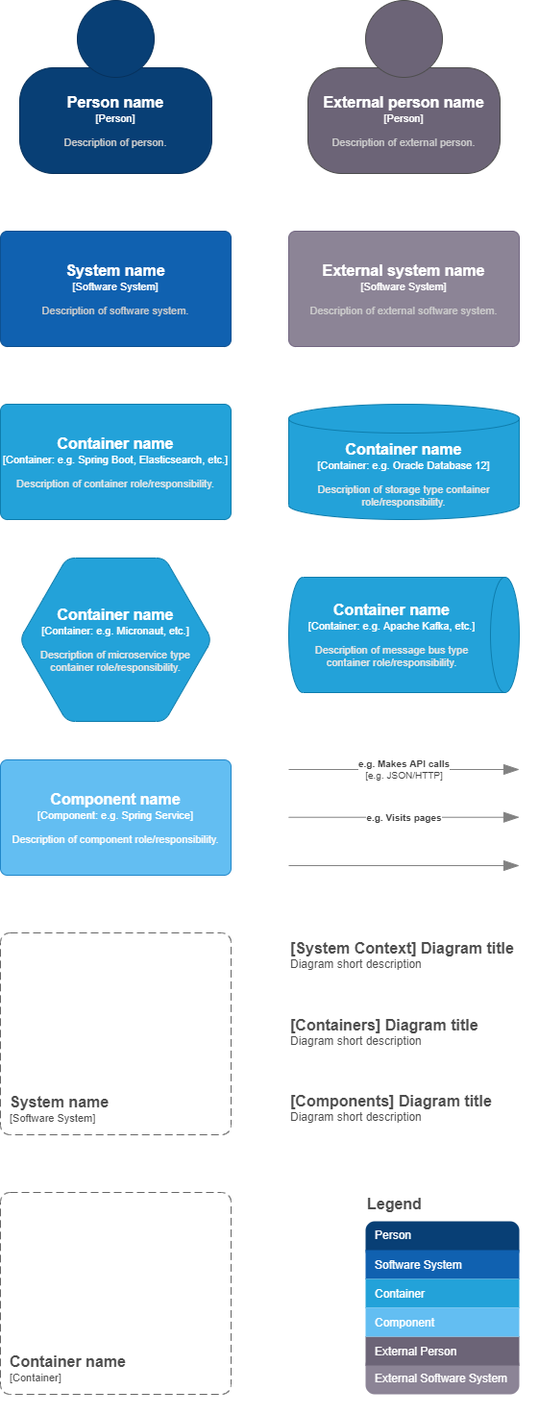
Earlier version of the draw.io export c4-diagrams-net-maciek365.png (maciek365/c4-diagrams.net). Source tidied: cells renumbered, new cells last; positions are measured from the earlier drawing's top-left corner, leaving out a move shared by most shapes.
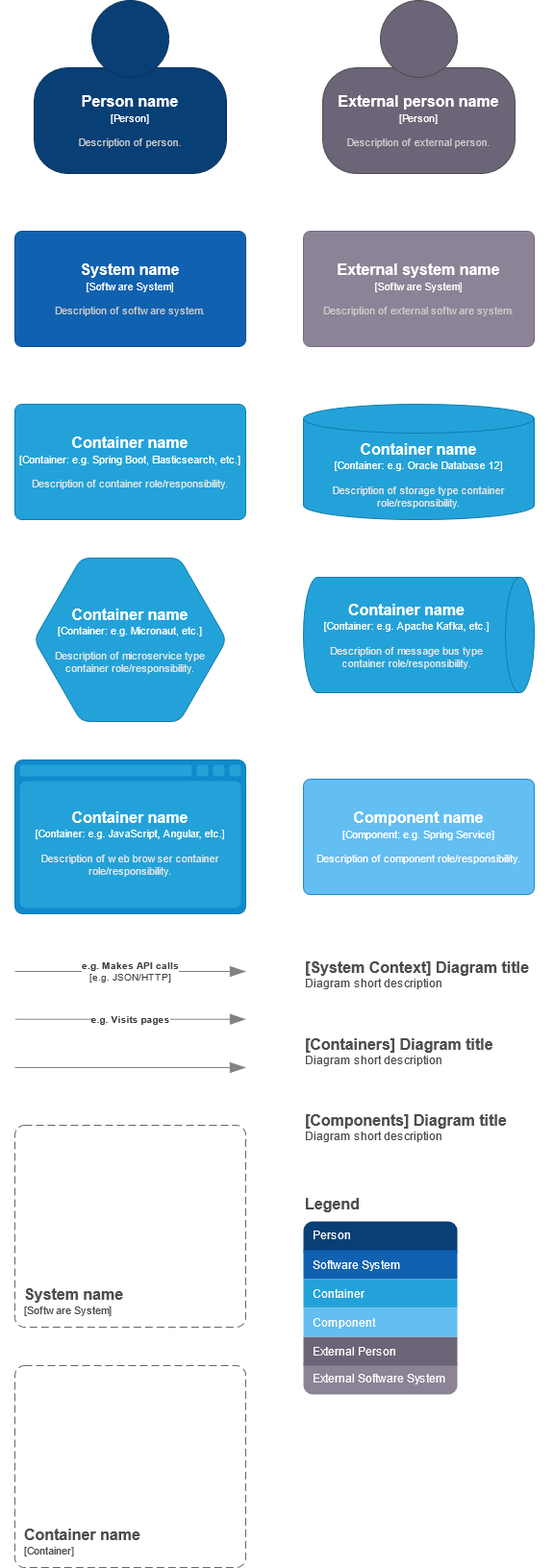
The same file after the commit.

Commit message:
Web browser container added to library

Change to the diagram source:
```diff
@@ -29,54 +29,54 @@
     </object>
     <object id="7" label="&lt;font style=&quot;font-size: 16px&quot;&gt;&lt;b&gt;%A_NAME%&lt;/b&gt;&lt;/font&gt;&lt;br&gt;&lt;div&gt;&lt;div&gt;&lt;font style=&quot;font-size: 11px&quot;&gt;[Component: %B_TECHNOLOGY%]&lt;/font&gt;&lt;/div&gt;&lt;/div&gt;&lt;div style=&quot;font-size: 10px&quot;&gt;&lt;br&gt;&lt;/div&gt;&lt;div style=&quot;font-size: 11px&quot;&gt;&lt;font color=&quot;#FAFAFA&quot;&gt;%C_DESCRIPTION%&lt;/font&gt;&lt;/div&gt;" A_NAME="Component name" B_TECHNOLOGY="e.g. Spring Service" C_DESCRIPTION="Description of component role/responsibility." placeholders="1">
       <mxCell style="rounded=1;whiteSpace=wrap;html=1;fontColor=#ffffff;arcSize=6;movableLabel=0;strokeColor=#2086C9;fillColor=#63BEF2;" parent="1" vertex="1">
-        <mxGeometry y="790" width="240" height="120" as="geometry" />
+        <mxGeometry x="300" y="810" width="240" height="120" as="geometry" />
       </mxCell>
     </object>
     <object id="8" label="&lt;div style=&quot;font-size: 16px&quot; align=&quot;left&quot;&gt;&lt;font style=&quot;font-size: 16px&quot; color=&quot;#4D4D4D&quot;&gt;&lt;b&gt;%A_NAME%&lt;br&gt;&lt;/b&gt;&lt;/font&gt;&lt;/div&gt;&lt;div align=&quot;left&quot;&gt;&lt;font style=&quot;font-size: 11px&quot; color=&quot;#4D4D4D&quot;&gt;[Software System]&lt;/font&gt;&lt;/div&gt;" A_NAME="System name" placeholders="1">
       <mxCell style="rounded=1;whiteSpace=wrap;html=1;dashed=1;arcSize=20;fillColor=none;strokeColor=#666666;fontColor=#333333;labelBackgroundColor=none;align=left;verticalAlign=bottom;labelBorderColor=none;spacingTop=0;spacing=10;dashPattern=8 4;perimeter=rectanglePerimeter;noLabel=0;labelPadding=0;absoluteArcSize=1;" parent="1" vertex="1">
-        <mxGeometry y="970" width="240" height="210" as="geometry" />
+        <mxGeometry y="1170" width="240" height="210" as="geometry" />
       </mxCell>
     </object>
     <object id="9" label="&lt;div style=&quot;font-size: 16px&quot; align=&quot;left&quot;&gt;&lt;font style=&quot;font-size: 16px&quot; color=&quot;#4D4D4D&quot;&gt;&lt;b&gt;%A_NAME%&lt;br&gt;&lt;/b&gt;&lt;/font&gt;&lt;/div&gt;&lt;div align=&quot;left&quot;&gt;&lt;font style=&quot;font-size: 11px&quot; color=&quot;#4D4D4D&quot;&gt;[Container]&lt;/font&gt;&lt;/div&gt;" A_NAME="Container name" placeholders="1">
       <mxCell style="rounded=1;whiteSpace=wrap;html=1;dashed=1;arcSize=20;fillColor=none;strokeColor=#666666;fontColor=#333333;labelBackgroundColor=none;align=left;verticalAlign=bottom;labelBorderColor=none;spacingTop=0;spacing=10;dashPattern=8 4;perimeter=rectanglePerimeter;noLabel=0;labelPadding=0;absoluteArcSize=1;" parent="1" vertex="1">
-        <mxGeometry y="1240" width="240" height="210" as="geometry" />
+        <mxGeometry y="1420" width="240" height="210" as="geometry" />
       </mxCell>
     </object>
     <object id="10" label="&lt;div&gt;&lt;b&gt;%A_DESCRIPTION%&lt;/b&gt;&lt;br&gt;&lt;/div&gt;&lt;div&gt;[%B_TECHNOLOGY%]&lt;/div&gt;" A_DESCRIPTION="e.g. Makes API calls" B_TECHNOLOGY="e.g. JSON/HTTP" placeholders="1">
       <mxCell style="endArrow=blockThin;html=1;fontSize=10;fontColor=#404040;strokeWidth=1;endFill=1;strokeColor=#828282;elbow=vertical;endSize=14;startSize=14;jumpStyle=arc;jumpSize=16;" parent="1" edge="1">
         <mxGeometry relative="1" as="geometry">
-          <mxPoint x="300" y="800" as="sourcePoint" />
-          <mxPoint x="540" y="800" as="targetPoint" />
+          <mxPoint y="1010" as="sourcePoint" />
+          <mxPoint x="240" y="1010" as="targetPoint" />
         </mxGeometry>
       </mxCell>
     </object>
     <object id="11" label="&lt;div&gt;&lt;b&gt;%A_DESCRIPTION%&lt;/b&gt;&lt;br&gt;&lt;/div&gt;" A_DESCRIPTION="e.g. Visits pages" placeholders="1">
       <mxCell style="endArrow=blockThin;html=1;fontSize=10;fontColor=#404040;strokeWidth=1;endFill=1;strokeColor=#828282;elbow=vertical;backgroundOutline=0;endSize=14;startSize=14;jumpStyle=arc;jumpSize=16;" parent="1" edge="1">
         <mxGeometry relative="1" as="geometry">
-          <mxPoint x="300" y="849.7" as="sourcePoint" />
-          <mxPoint x="540" y="849.7" as="targetPoint" />
+          <mxPoint y="1059.7" as="sourcePoint" />
+          <mxPoint x="240" y="1059.7" as="targetPoint" />
         </mxGeometry>
       </mxCell>
     </object>
     <mxCell id="12" style="endArrow=blockThin;html=1;fontSize=10;fontColor=#404040;strokeColor=#828282;strokeWidth=1;endFill=1;endSize=14;startSize=14;jumpStyle=arc;jumpSize=16;" parent="1" edge="1">
       <mxGeometry relative="1" as="geometry">
-        <mxPoint x="300" y="900" as="sourcePoint" />
-        <mxPoint x="540" y="900" as="targetPoint" />
+        <mxPoint y="1110" as="sourcePoint" />
+        <mxPoint x="240" y="1110" as="targetPoint" />
       </mxGeometry>
     </mxCell>
     <object id="13" label="&lt;div&gt;&lt;font color=&quot;#4D4D4D&quot;&gt;&lt;b style=&quot;font-size: 16px&quot;&gt;&lt;font style=&quot;font-size: 16px&quot;&gt;[System Context] %A_C1_DIAGRAM_NAME%&lt;br&gt;&lt;/font&gt;&lt;/b&gt;&lt;/font&gt;&lt;/div&gt;&lt;div&gt;&lt;font style=&quot;font-size: 12px&quot; color=&quot;#4D4D4D&quot;&gt;%B_C1_DIAGRAM_DESCRIPTION%&lt;br&gt;&lt;/font&gt;&lt;/div&gt;" A_C1_DIAGRAM_NAME="Diagram title" B_C1_DIAGRAM_DESCRIPTION="Diagram short description" placeholders="1">
       <mxCell style="text;html=1;strokeColor=none;fillColor=none;align=left;verticalAlign=top;whiteSpace=wrap;rounded=0;" parent="1" vertex="1">
-        <mxGeometry x="300" y="970" width="260" height="40" as="geometry" />
+        <mxGeometry x="300" y="990" width="260" height="40" as="geometry" />
       </mxCell>
     </object>
     <object id="14" label="&lt;div style=&quot;font-size: 16px&quot;&gt;&lt;font style=&quot;font-size: 16px&quot; color=&quot;#4D4D4D&quot;&gt;&lt;b&gt;&lt;font style=&quot;font-size: 16px&quot;&gt;[Containers] %A_C2_DIAGRAM_NAME%&lt;br&gt;&lt;/font&gt;&lt;/b&gt;&lt;/font&gt;&lt;/div&gt;&lt;div&gt;&lt;font style=&quot;font-size: 12px&quot; color=&quot;#4D4D4D&quot;&gt;%B_C2_DIAGRAM_DESCRIPTION%&lt;br&gt;&lt;/font&gt;&lt;/div&gt;" A_C2_DIAGRAM_NAME="Diagram title" B_C2_DIAGRAM_DESCRIPTION="Diagram short description" placeholders="1">
       <mxCell style="text;html=1;strokeColor=none;fillColor=none;align=left;verticalAlign=top;whiteSpace=wrap;rounded=0;" parent="1" vertex="1">
-        <mxGeometry x="300" y="1050" width="260" height="40" as="geometry" />
+        <mxGeometry x="300" y="1070" width="260" height="40" as="geometry" />
       </mxCell>
     </object>
     <object id="15" label="&lt;div style=&quot;font-size: 16px&quot;&gt;&lt;font style=&quot;font-size: 16px&quot; color=&quot;#4D4D4D&quot;&gt;&lt;b&gt;&lt;font style=&quot;font-size: 16px&quot;&gt;[Components] %A_C3_DIAGRAM_NAME%&lt;br&gt;&lt;/font&gt;&lt;/b&gt;&lt;/font&gt;&lt;/div&gt;&lt;div&gt;&lt;font style=&quot;font-size: 12px&quot; color=&quot;#4D4D4D&quot;&gt;%B_C3_DIAGRAM_DESCRIPTION%&lt;br&gt;&lt;/font&gt;&lt;/div&gt;" A_C3_DIAGRAM_NAME="Diagram title" B_C3_DIAGRAM_DESCRIPTION="Diagram short description" placeholders="1">
       <mxCell style="text;html=1;strokeColor=none;fillColor=none;align=left;verticalAlign=top;whiteSpace=wrap;rounded=0;" parent="1" vertex="1">
-        <mxGeometry x="300" y="1129" width="260" height="40" as="geometry" />
+        <mxGeometry x="300" y="1149" width="260" height="40" as="geometry" />
       </mxCell>
     </object>
     <object id="16" label="&lt;font style=&quot;font-size: 16px&quot;&gt;&lt;b&gt;%A_NAME%&lt;/b&gt;&lt;/font&gt;&lt;br&gt;&lt;div&gt;&lt;font style=&quot;font-size: 11px&quot;&gt;[Person]&lt;/font&gt;&lt;/div&gt;&lt;div style=&quot;font-size: 10px&quot;&gt;&lt;br&gt;&lt;/div&gt;&lt;div style=&quot;font-size: 11px&quot;&gt;&lt;font color=&quot;#CCCCCC&quot;&gt;%B_DESCRIPTION%&lt;/font&gt;&lt;/div&gt;" A_NAME="External person name" B_DESCRIPTION="Description of external person." placeholders="1">
@@ -95,7 +95,7 @@
       </mxCell>
     </object>
     <mxCell id="19" style="group;" parent="1" vertex="1">
-      <mxGeometry x="380" y="1240" width="160" height="210" as="geometry" />
+      <mxGeometry x="300" y="1240" width="160" height="210" as="geometry" />
     </mxCell>
     <mxCell id="20" value="&lt;span style=&quot;font-size: 12px;&quot;&gt;&lt;font style=&quot;font-size: 12px;&quot;&gt;External Software System&lt;br style=&quot;font-size: 12px;&quot;&gt;&lt;/font&gt;&lt;/span&gt;" style="rounded=1;whiteSpace=wrap;html=1;fontStyle=0;fontSize=12;align=left;spacing=5;strokeColor=none;arcSize=24;spacingBottom=-5;spacingLeft=5;fillColor=#8C8496;fontColor=#FFFFFF;" parent="19" vertex="1">
       <mxGeometry y="170" width="160" height="40" as="geometry" />
@@ -118,5 +118,10 @@
     <mxCell id="26" value="&lt;div style=&quot;font-size: 16px&quot;&gt;&lt;font style=&quot;font-size: 16px&quot;&gt;Legend&lt;/font&gt;&lt;/div&gt;&lt;div style=&quot;font-size: 16px&quot;&gt;&lt;font style=&quot;font-size: 16px&quot;&gt;&lt;br&gt;&lt;/font&gt;&lt;/div&gt;&lt;div style=&quot;font-size: 16px&quot;&gt;&lt;font style=&quot;font-size: 16px&quot;&gt;&lt;br&gt;&lt;/font&gt;&lt;/div&gt;&lt;div style=&quot;font-size: 16px&quot;&gt;&lt;font style=&quot;font-size: 16px&quot;&gt;&lt;br&gt;&lt;/font&gt;&lt;/div&gt;&lt;div style=&quot;font-size: 16px&quot;&gt;&lt;font style=&quot;font-size: 16px&quot;&gt;&lt;br&gt;&lt;/font&gt;&lt;/div&gt;&lt;div style=&quot;font-size: 16px&quot;&gt;&lt;font style=&quot;font-size: 16px&quot;&gt;&lt;br&gt;&lt;/font&gt;&lt;/div&gt;&lt;div style=&quot;font-size: 16px&quot;&gt;&lt;font style=&quot;font-size: 16px&quot;&gt;&lt;br&gt;&lt;/font&gt;&lt;/div&gt;&lt;div style=&quot;font-size: 16px&quot;&gt;&lt;font style=&quot;font-size: 16px&quot;&gt;&lt;br&gt;&lt;/font&gt;&lt;/div&gt;&lt;div style=&quot;font-size: 16px&quot;&gt;&lt;font style=&quot;font-size: 16px&quot;&gt;&lt;br&gt;&lt;/font&gt;&lt;/div&gt;&lt;div style=&quot;font-size: 16px&quot;&gt;&lt;font style=&quot;font-size: 16px&quot;&gt;&lt;br&gt;&lt;/font&gt;&lt;/div&gt;&lt;div style=&quot;font-size: 16px&quot;&gt;&lt;font style=&quot;font-size: 16px&quot;&gt;&lt;br&gt;&lt;/font&gt;&lt;/div&gt;&lt;div style=&quot;font-size: 16px&quot;&gt;&lt;font style=&quot;font-size: 16px&quot;&gt;&lt;br&gt;&lt;/font&gt;&lt;/div&gt;" style="text;html=1;strokeColor=none;fillColor=none;align=left;verticalAlign=top;whiteSpace=wrap;rounded=0;labelBackgroundColor=none;fontSize=14;fontColor=#4D4D4D;fontStyle=1;dashed=1;dashPattern=1 4;glass=1;spacing=2;spacingTop=-4;" parent="19" vertex="1">
       <mxGeometry width="160" height="210" as="geometry" />
     </mxCell>
+    <object id="27" label="&lt;div&gt;&lt;font style=&quot;font-size: 16px&quot; color=&quot;#FFFFFF&quot;&gt;&lt;b&gt;&lt;font style=&quot;font-size: 16px&quot;&gt;&lt;span&gt;%A_NAME%&lt;/span&gt;&lt;/font&gt;&lt;/b&gt;&lt;/font&gt;&lt;/div&gt;&lt;div&gt;&lt;font style=&quot;font-size: 11px&quot; color=&quot;#FFFFFF&quot;&gt;[Container: %B_TECHNOLOGY%]&lt;/font&gt;&lt;/div&gt;&lt;div style=&quot;font-size: 10px&quot;&gt;&lt;br&gt;&lt;/div&gt;&lt;div style=&quot;font-size: 11px&quot;&gt;&lt;font color=&quot;#E6E6E6&quot;&gt;%C_DESCRIPTION%&lt;/font&gt;&lt;/div&gt;" A_NAME="Container name" B_TECHNOLOGY="e.g. JavaScript, Angular, etc." C_DESCRIPTION="Description of web browser container role/responsibility." placeholders="1">
+      <mxCell style="shape=(stored shape, 452 characters);whiteSpace=wrap;html=1;spacing=5;spacingTop=12;" parent="1" vertex="1">
+        <mxGeometry y="790" width="240" height="160" as="geometry" />
+      </mxCell>
+    </object>
   </root>
 </mxGraphModel>
```
